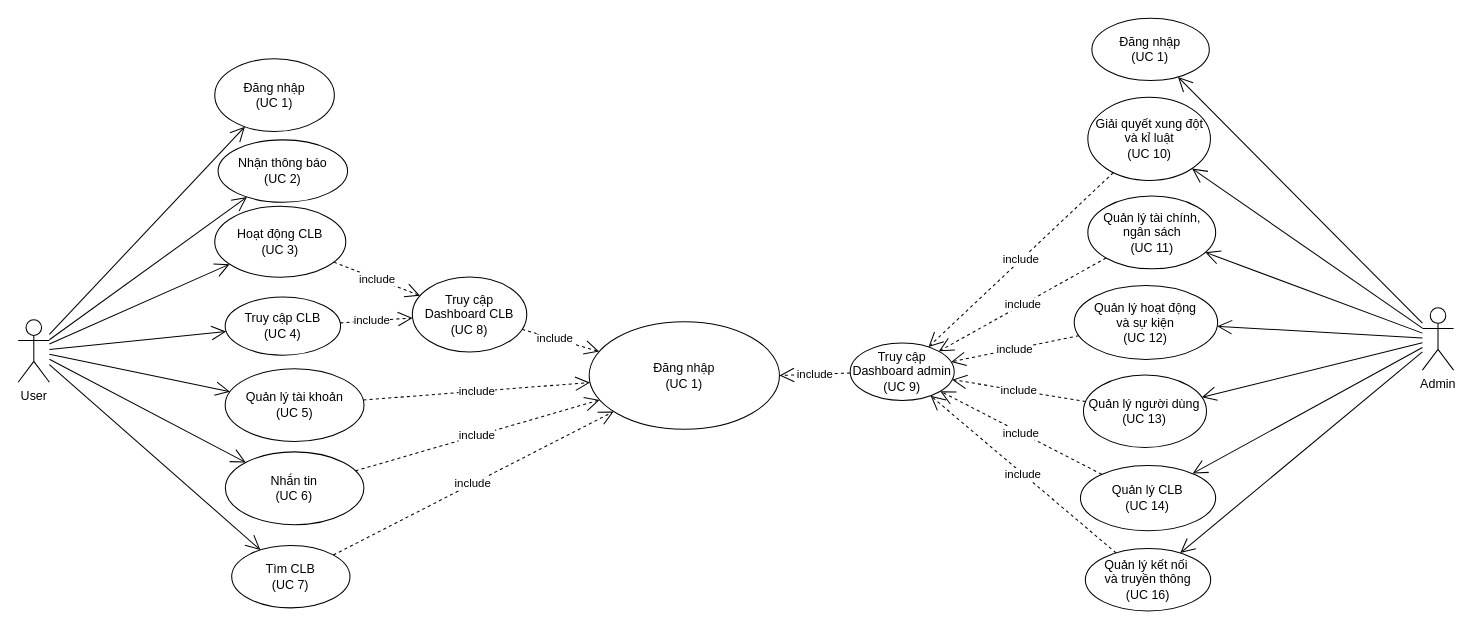
This is page "Use case 1" (1 of 3) of Diagram.drawio from DnhTrn/finall_project, a draw.io file, before an edit. Source tidied: cells renumbered, new cells numbered last; positions are measured from the earlier drawing's top-left corner, leaving out a move shared by most shapes. Both pictures are drawn from the tidied source at 104%, with x=0, y=0 at pixel (18, 18).
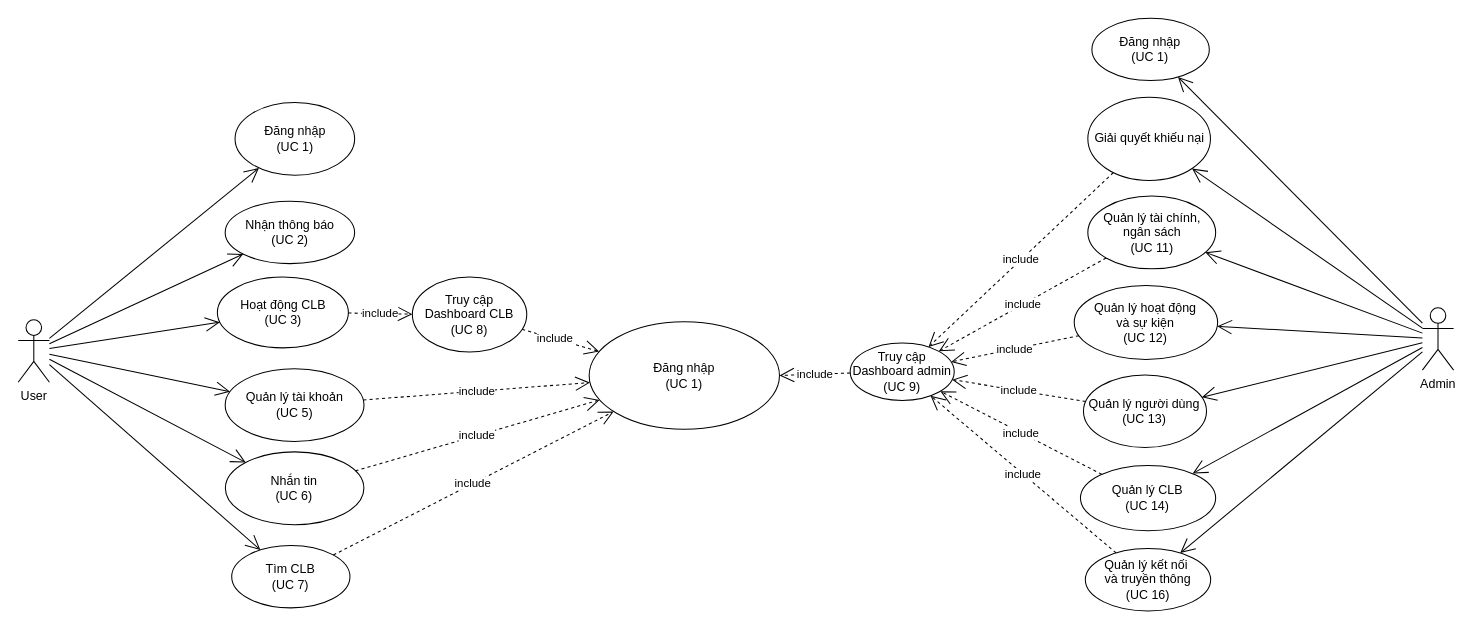
Above is the later version.

Commit message:
Cập nhật Diagram.drawio

The change refers to these unchanged cells:
```xml
<mxCell id="2" value="User" style="shape=umlActor;verticalLabelPosition=bottom;verticalAlign=top;html=1;outlineConnect=0;" parent="1" vertex="1">
  <mxGeometry y="290" width="30" height="60" as="geometry" />
</mxCell>
<mxCell id="18" value="Truy cập Dashboard CLB&lt;div&gt;(UC 8)&lt;/div&gt;" style="ellipse;whiteSpace=wrap;html=1;" parent="1" vertex="1">
  <mxGeometry x="379" y="248.9" width="110" height="72" as="geometry" />
</mxCell>
```

The edit, as a diff of the source:
```diff
@@
     <mxCell id="7" value="Nhận thông báo&lt;div&gt;(UC 2)&lt;/div&gt;" style="ellipse;whiteSpace=wrap;html=1;" parent="1" vertex="1">
-      <mxGeometry x="192.2" y="117" width="124.5" height="60" as="geometry" />
+      <mxGeometry x="199" y="176" width="124.5" height="60" as="geometry" />
     </mxCell>
@@
     <mxCell id="10" value="Đăng nhập&lt;div&gt;(UC 1)&lt;/div&gt;" style="ellipse;whiteSpace=wrap;html=1;" parent="1" vertex="1">
-      <mxGeometry x="189" y="39" width="115" height="70" as="geometry" />
+      <mxGeometry x="208.5" y="81" width="115" height="70" as="geometry" />
     </mxCell>
@@
     <mxCell id="16" value="Hoạt động CLB&lt;div&gt;(UC 3)&lt;/div&gt;" style="ellipse;whiteSpace=wrap;html=1;" parent="1" vertex="1">
-      <mxGeometry x="189" y="180.9" width="126" height="68.1" as="geometry" />
+      <mxGeometry x="191.5" y="248.9" width="126" height="68.1" as="geometry" />
     </mxCell>
@@
-    <mxCell id="19" value="Truy cập CLB&lt;div&gt;(UC 4)&lt;/div&gt;" style="ellipse;whiteSpace=wrap;html=1;" parent="1" vertex="1">
-      <mxGeometry x="199" y="268.1" width="111" height="55.9" as="geometry" />
-    </mxCell>
@@
-    <mxCell id="21" value="include" style="endArrow=open;endSize=12;dashed=1;html=1;rounded=0;" parent="1" edge="1" source="19" target="18">
-      <mxGeometry x="-0.15" relative="1" as="geometry" />
-    </mxCell>
@@
-    <mxCell id="34" value="Giải quyết xung đột và kỉ luật&lt;div&gt;(UC 10)&lt;/div&gt;" style="ellipse;whiteSpace=wrap;html=1;" parent="1" vertex="1">
+    <mxCell id="34" value="Giải quyết khiếu nại" style="ellipse;whiteSpace=wrap;html=1;" parent="1" vertex="1">
       <mxGeometry x="1028.5" y="76" width="117.9" height="80" as="geometry" />
     </mxCell>
@@
-    <mxCell id="44" style="endArrow=open;endFill=1;endSize=12;html=1;rounded=0;" parent="1" edge="1" source="2" target="19">
-      <mxGeometry relative="1" as="geometry" />
-    </mxCell>
```
